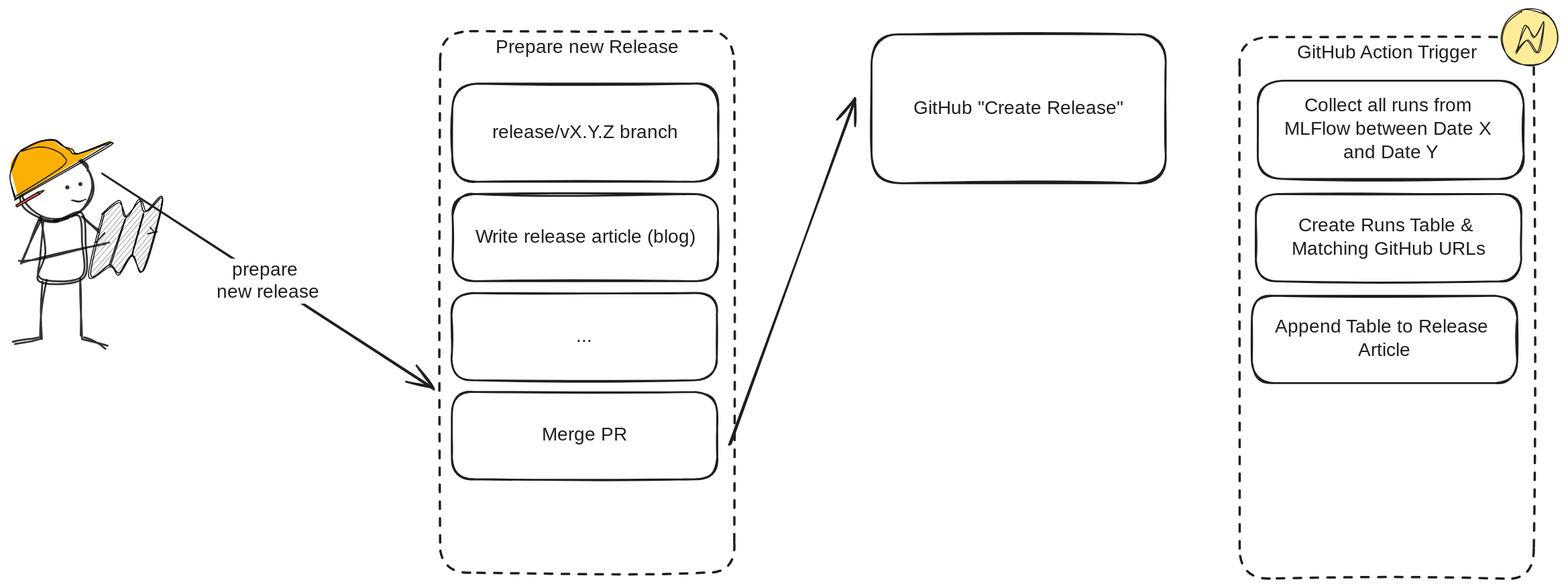
Earlier version of the Excalidraw export docs/src/assets/img/release_process.excalidraw.svg (everycure-org/matrix). Source tidied: one line per element, renumbered; positions are measured from the earlier drawing's top-left corner, leaving out a move shared by most shapes.
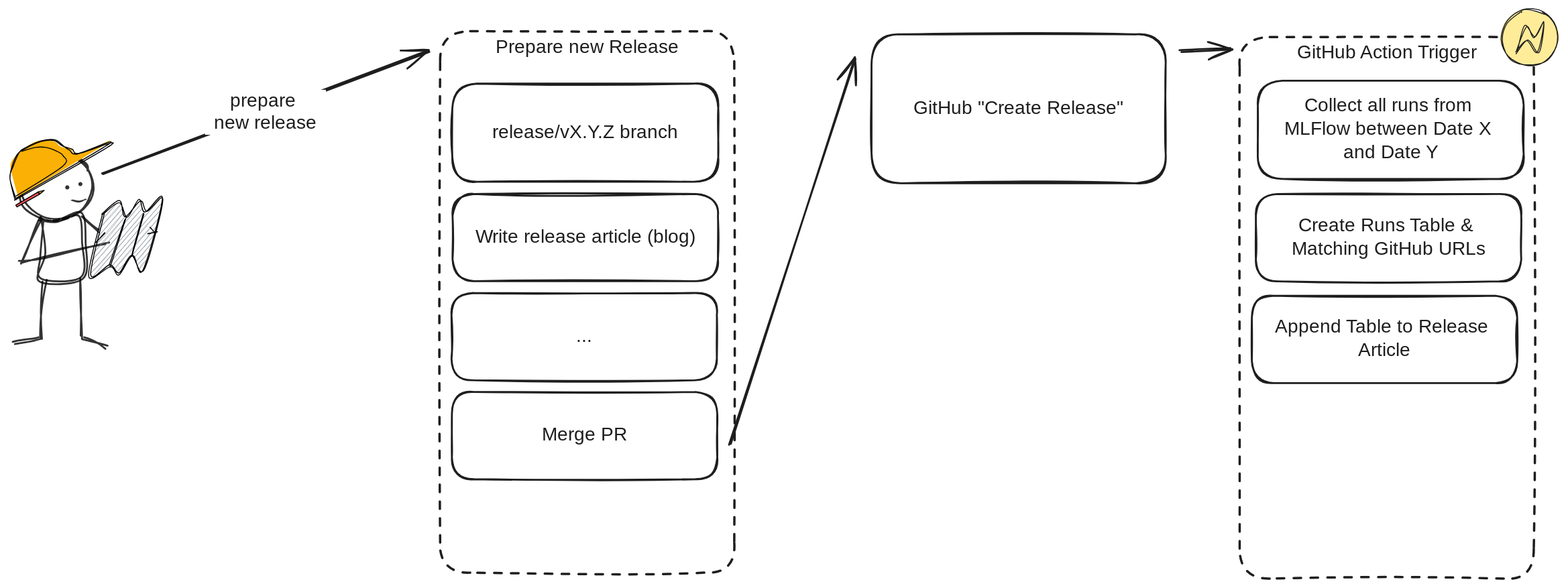
Later version of the same file.

The edit, as a diff of the source:
```diff
@@ -21,7 +21,7 @@
 {"id": 20, "type": "line", "strokeColor": "#000000", "backgroundColor": "#fa5252", "fillStyle": "solid", "strokeWidth": 1, "roughness": 0, "x": 5, "y": 209, "width": 25, "height": 16, "points": [[0, 0], [23, -14], [25, -12], [1, 2], [0, 0]]}
 {"id": 21, "type": "line", "strokeColor": "#000000", "backgroundColor": "#fab005", "fillStyle": "solid", "strokeWidth": 1, "roughness": 0, "x": 29, "y": 195, "width": 6, "height": 4, "points": [[0, 0], [6, -2], [2, 2]]}
 {"id": 22, "type": "line", "strokeColor": "#000000", "backgroundColor": "#ffffff", "fillStyle": "solid", "strokeWidth": 1, "roughness": 0, "round": true, "x": 5, "y": 199, "width": 50, "height": 52, "points": [[0, 0], [50, -32], [50, -43], [41, -49], [32, -52], [21, -52], [6, -48]]}
-{"id": 23, "type": "arrow", "strokeColor": "#1e1e1e", "strokeWidth": 2, "roughness": 1, "endArrowhead": "arrow", "round": true, "from": 4, "to": 2, "x": 97, "y": 175, "width": 354, "height": 230, "points": [[0, 0], [354, 230]]}
+{"id": 23, "type": "arrow", "strokeColor": "#1e1e1e", "strokeWidth": 2, "roughness": 1, "endArrowhead": "arrow", "round": true, "from": 4, "to": 2, "x": 97, "y": 175, "width": 348, "height": 130, "points": [[0, 0], [348, -130]]}
 {"id": 24, "type": "text", "text": "prepare \nnew release", "strokeColor": "#1e1e1e", "strokeWidth": 2, "roughness": 1, "fontSize": 20, "fontFamily": 3, "textAlign": "center", "verticalAlign": "middle", "inside": 23, "x": 208, "y": 80, "width": 129, "height": 48}
 {"id": 25, "type": "rectangle", "strokeColor": "#1e1e1e", "strokeWidth": 2, "roughness": 1, "round": true, "x": 470, "y": 79, "width": 283, "height": 105}
 {"id": 26, "type": "text", "text": "release/vX.Y.Z branch", "strokeColor": "#1e1e1e", "strokeWidth": 2, "roughness": 1, "fontSize": 20, "fontFamily": 3, "textAlign": "center", "verticalAlign": "middle", "inside": 25, "x": 489, "y": 119, "width": 246, "height": 24}
@@ -31,7 +31,7 @@
 {"id": 30, "type": "text", "text": "...", "strokeColor": "#1e1e1e", "strokeWidth": 2, "roughness": 1, "fontSize": 20, "fontFamily": 1, "textAlign": "center", "verticalAlign": "middle", "inside": 29, "x": 602, "y": 336, "width": 16, "height": 25}
 {"id": 31, "type": "rectangle", "strokeColor": "#1e1e1e", "strokeWidth": 2, "roughness": 1, "round": true, "x": 470, "y": 408, "width": 283, "height": 93}
 {"id": 32, "type": "text", "text": "Merge PR", "strokeColor": "#1e1e1e", "strokeWidth": 2, "roughness": 1, "fontSize": 20, "fontFamily": 1, "textAlign": "center", "verticalAlign": "middle", "inside": 31, "x": 565, "y": 442, "width": 93, "height": 25}
-{"id": 33, "type": "arrow", "strokeColor": "#1e1e1e", "strokeWidth": 2, "roughness": 1, "endArrowhead": "arrow", "round": true, "from": 31, "to": 0, "x": 766, "y": 464, "width": 134, "height": 368, "points": [[0, 0], [134, -368]]}
+{"id": 33, "type": "arrow", "strokeColor": "#1e1e1e", "strokeWidth": 2, "roughness": 1, "endArrowhead": "arrow", "round": true, "from": 31, "to": 0, "x": 766, "y": 464, "width": 133, "height": 412, "points": [[0, 0], [133, -412]]}
 {"id": 34, "type": "rectangle", "strokeColor": "#1e1e1e", "strokeWidth": 2, "strokeStyle": "dashed", "roughness": 1, "round": true, "x": 1309, "y": 30, "width": 313, "height": 577}
 {"id": 35, "type": "text", "text": "GitHub Action Trigger", "strokeColor": "#1e1e1e", "strokeWidth": 2, "roughness": 1, "fontSize": 20, "fontFamily": 1, "textAlign": "center", "inside": 34, "x": 1360, "y": 35, "width": 212, "height": 25}
 {"id": 36, "type": "ellipse", "strokeColor": "#1e1e1e", "backgroundColor": "#ffec99", "fillStyle": "solid", "strokeWidth": 1, "roughness": 1, "round": true, "x": 1588, "y": 0, "width": 60, "height": 60}
@@ -42,3 +42,4 @@
 {"id": 41, "type": "text", "text": "Create Runs Table & \nMatching GitHub URLs", "strokeColor": "#1e1e1e", "strokeWidth": 2, "roughness": 1, "fontSize": 20, "fontFamily": 1, "textAlign": "center", "verticalAlign": "middle", "inside": 40, "x": 1356, "y": 218, "width": 223, "height": 50}
 {"id": 42, "type": "rectangle", "strokeColor": "#1e1e1e", "strokeWidth": 2, "roughness": 1, "round": true, "x": 1322, "y": 305, "width": 283, "height": 93}
 {"id": 43, "type": "text", "text": "Append Table to Release \nArticle", "strokeColor": "#1e1e1e", "strokeWidth": 2, "roughness": 1, "fontSize": 20, "fontFamily": 1, "textAlign": "center", "verticalAlign": "middle", "inside": 42, "x": 1334, "y": 327, "width": 258, "height": 50}
+{"id": 44, "type": "arrow", "strokeColor": "#1e1e1e", "strokeWidth": 2, "roughness": 1, "endArrowhead": "arrow", "round": true, "from": 0, "to": 34, "x": 1245, "y": 45, "width": 55, "height": 3, "points": [[0, 0], [55, -3]]}
```
